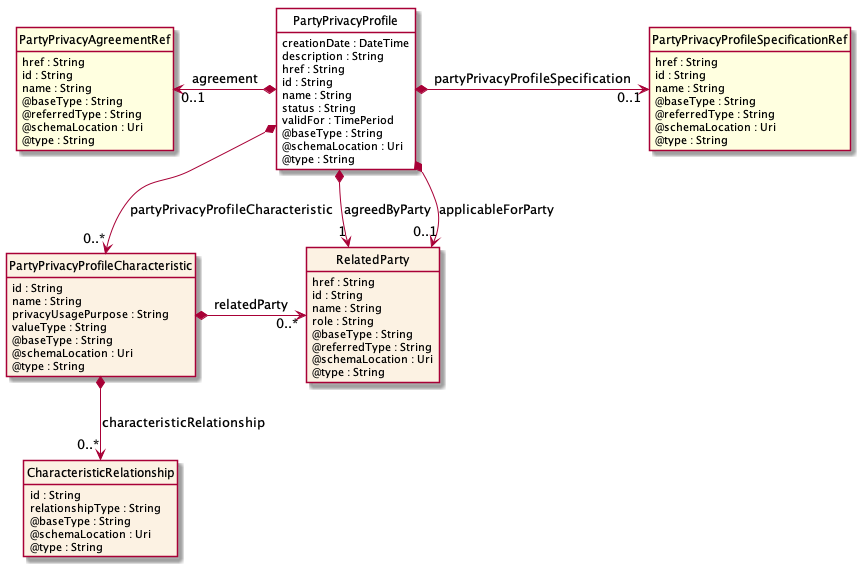
tmforum-apis/Open_Api_And_Data_Model keeps this PlantUML diagram as apis/TMF644_Privacy/documentation/diagrams/Resource_PartyPrivacyProfile.png. Above is the earlier version.
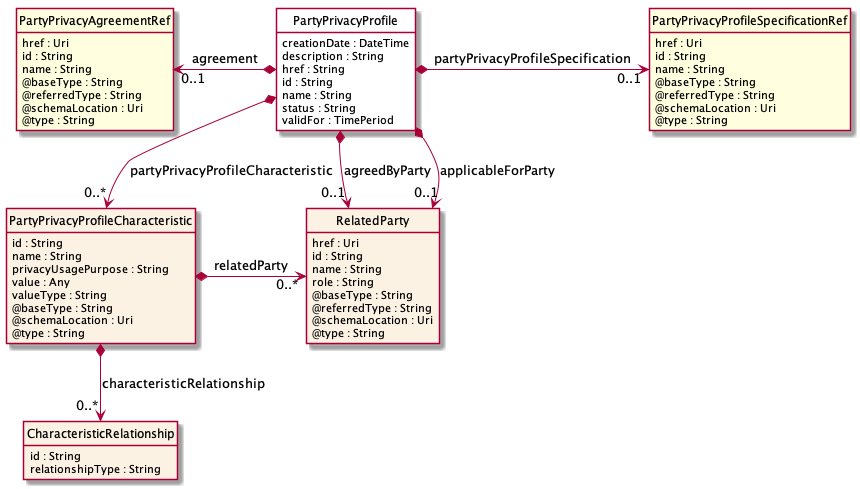
Later version of the same file.

Diff of the diagram source:
```diff
@@ -18,15 +18,13 @@
     name : String
     status : String
     validFor : TimePeriod
-    @baseType : String
-    @schemaLocation : Uri
-    @type : String
 }
 
 class PartyPrivacyProfileCharacteristic  {
     id : String
     name : String
     privacyUsagePurpose : String
+    value : Any
     valueType : String
     @baseType : String
     @schemaLocation : Uri
@@ -36,13 +34,10 @@
 class CharacteristicRelationship  {
     id : String
     relationshipType : String
-    @baseType : String
-    @schemaLocation : Uri
-    @type : String
 }
 
 class RelatedParty  {
-    href : String
+    href : Uri
     id : String
     name : String
     role : String
@@ -53,7 +48,7 @@
 }
 
 class PartyPrivacyAgreementRef  <<Ref>> {
-    href : String
+    href : Uri
     id : String
     name : String
     @baseType : String
@@ -63,7 +58,7 @@
 }
 
 class PartyPrivacyProfileSpecificationRef  <<Ref>> {
-    href : String
+    href : Uri
     id : String
     name : String
     @baseType : String
@@ -72,7 +67,7 @@
     @type : String
 }
 
-PartyPrivacyProfile *-->  "1" RelatedParty : agreedByParty
+PartyPrivacyProfile *-->  "0..1" RelatedParty : agreedByParty
 
 PartyPrivacyProfile *-->  "0..1" RelatedParty : applicableForParty
 
```
